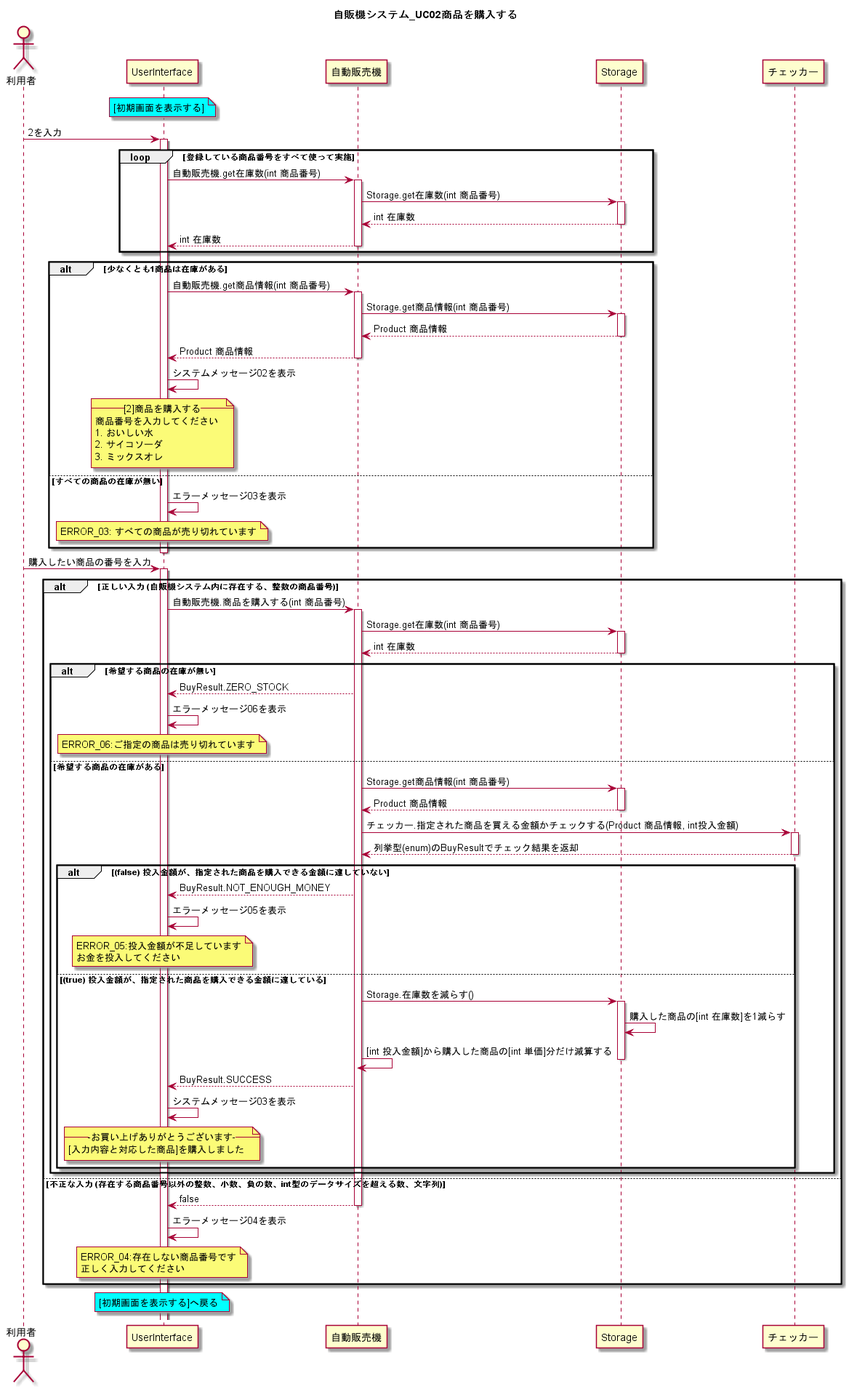
The PlantUML diagram UML_class_sequence/自販機システム_UC02商品を購入する.png in W-Nakayama-24/VendingMachine_CUI, before a commit.
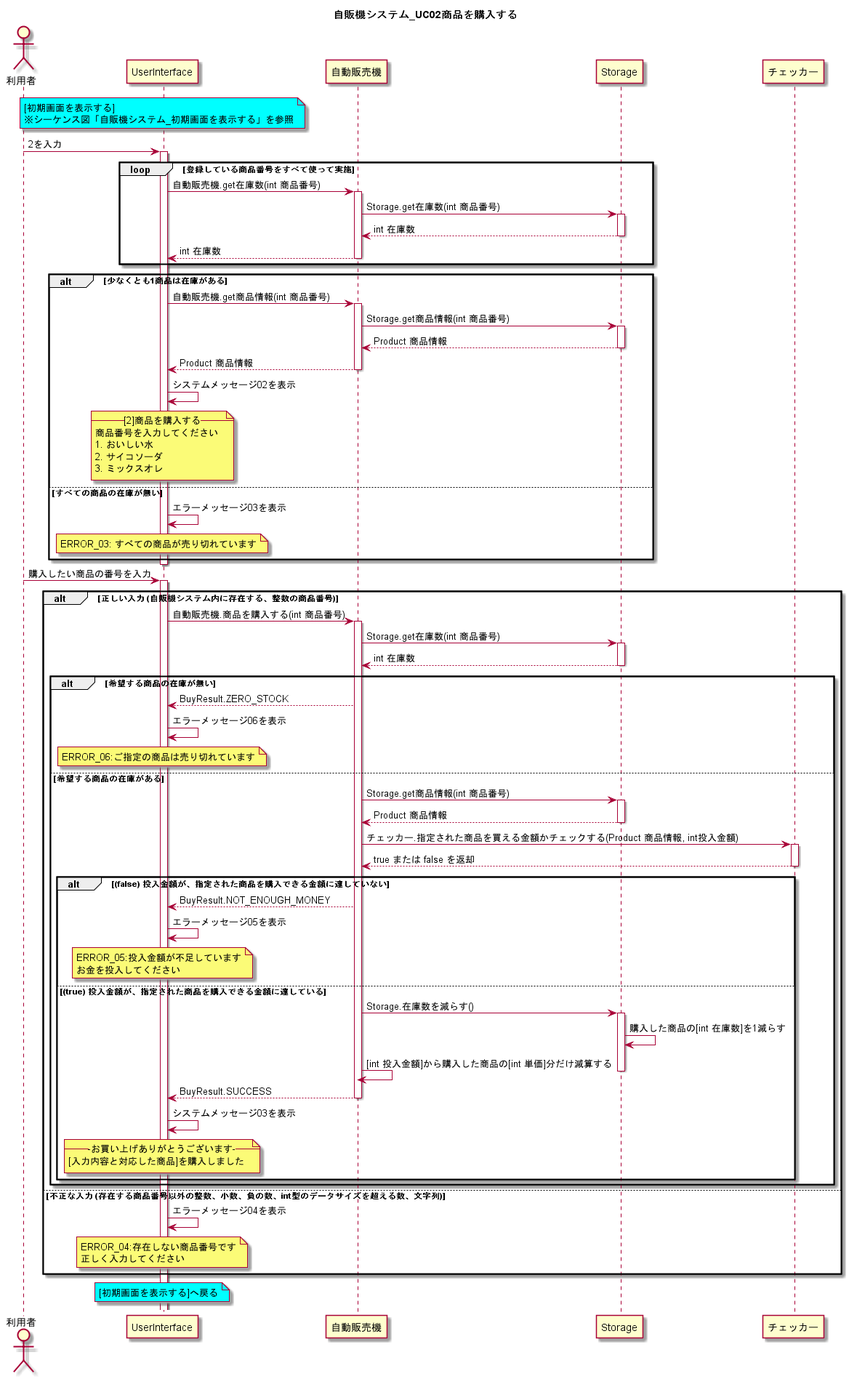
After the change.

Diff of the diagram source:
```diff
@@ -4,6 +4,7 @@
 actor 利用者
 note over UserInterface #Cyan
 [初期画面を表示する]
+※シーケンス図「自販機システム_初期画面を表示する」を参照
 end note
 
 利用者 -> UserInterface : 2を入力
@@ -81,7 +82,7 @@
 
         自動販売機 -> チェッカー : チェッカー.指定された商品を買える金額かチェックする(Product 商品情報, int投入金額)
         activate チェッカー
-        自動販売機 <-- チェッカー : 列挙型(enum)のBuyResultでチェック結果を返却
+        自動販売機 <-- チェッカー : true または false を返却
         deactivate チェッカー
 
         alt (false) 投入金額が、指定された商品を購入できる金額に達していない
@@ -101,6 +102,7 @@
             自動販売機 -> 自動販売機 : [int 投入金額]から購入した商品の[int 単価]分だけ減算する
             deactivate Storage
             UserInterface <-- 自動販売機 : BuyResult.SUCCESS
+            deactivate 自動販売機
 
             UserInterface -> UserInterface : システムメッセージ03を表示
             note over UserInterface
@@ -115,8 +117,6 @@
 
 else 不正な入力 (存在する商品番号以外の整数、小数、負の数、int型のデータサイズを超える数、文字列)
 
-    UserInterface <-- 自動販売機 : false
-    deactivate 自動販売機
     UserInterface <- UserInterface : エラーメッセージ04を表示
     note over UserInterface
     ERROR_04:存在しない商品番号です
```
